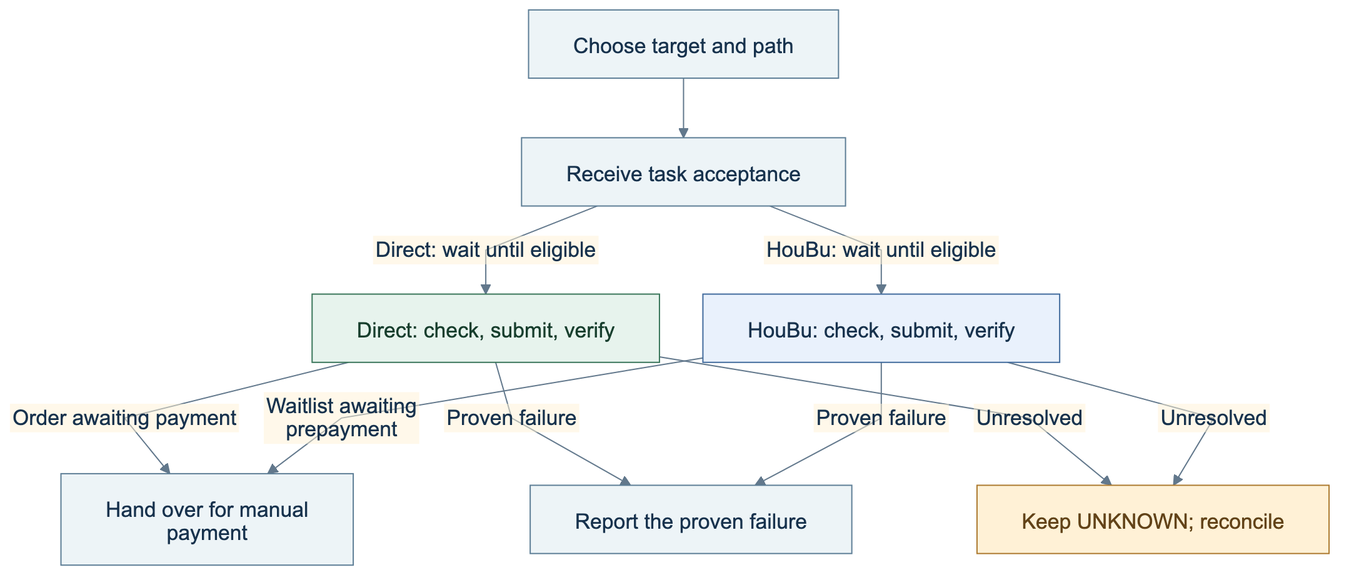
The Mermaid diagram diagrams/rendered/01-user-journey.png in devon-kong/booking-orchestration-case-study, before a commit. Its source is kept beside it as diagrams/source/01-user-journey.mmd.
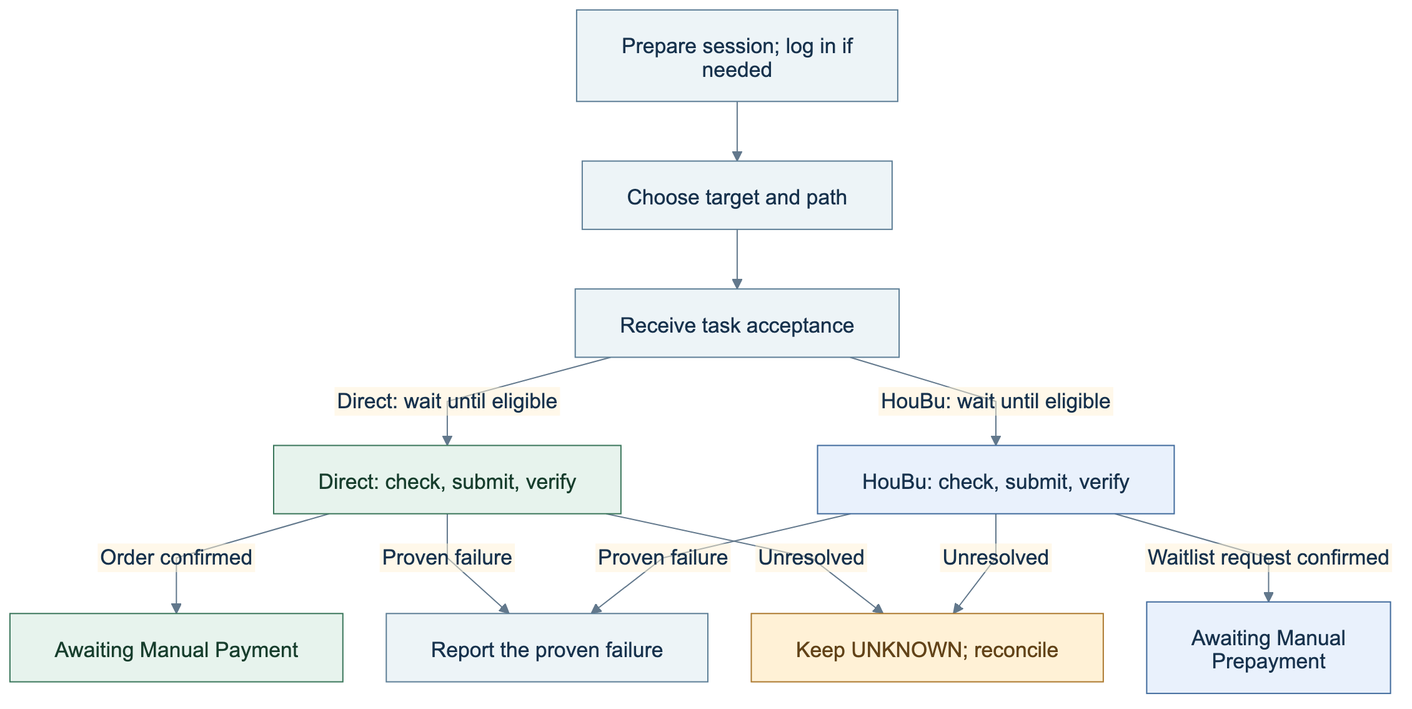
Later version of the same file.

Change to the diagram source:
```diff
@@ -1,16 +1,19 @@
 flowchart TB
+  CS_01["Prepare session; log in if needed"]
   CS_02["Choose target and path"]
   CS_03["Receive task acceptance"]
   CS_37["Direct: check, submit, verify"]
   CS_38["HouBu: check, submit, verify"]
-  CS_09["Hand over for manual payment"]
+  CS_39["Awaiting Manual Payment"]
+  CS_40["Awaiting Manual Prepayment"]
   CS_10["Report the proven failure"]
   CS_11["Keep UNKNOWN; reconcile"]
+  CS_01 --> CS_02
   CS_02 --> CS_03
   CS_03 -->|Direct: wait until eligible| CS_37
   CS_03 -->|HouBu: wait until eligible| CS_38
-  CS_37 -->|Order awaiting payment| CS_09
-  CS_38 -->|Waitlist awaiting prepayment| CS_09
+  CS_37 -->|Order confirmed| CS_39
+  CS_38 -->|Waitlist request confirmed| CS_40
   CS_37 -->|Proven failure| CS_10
   CS_38 -->|Proven failure| CS_10
   CS_37 -->|Unresolved| CS_11
@@ -18,6 +21,6 @@
   classDef direct fill:#e7f3ed,stroke:#39765a,color:#173e2d
   classDef houbu fill:#e9f1fc,stroke:#416b9d,color:#17324d
   classDef uncertain fill:#fff1d6,stroke:#ac792e,color:#624318
-  class CS_37 direct
-  class CS_38 houbu
+  class CS_37,CS_39 direct
+  class CS_38,CS_40 houbu
   class CS_11 uncertain
```
